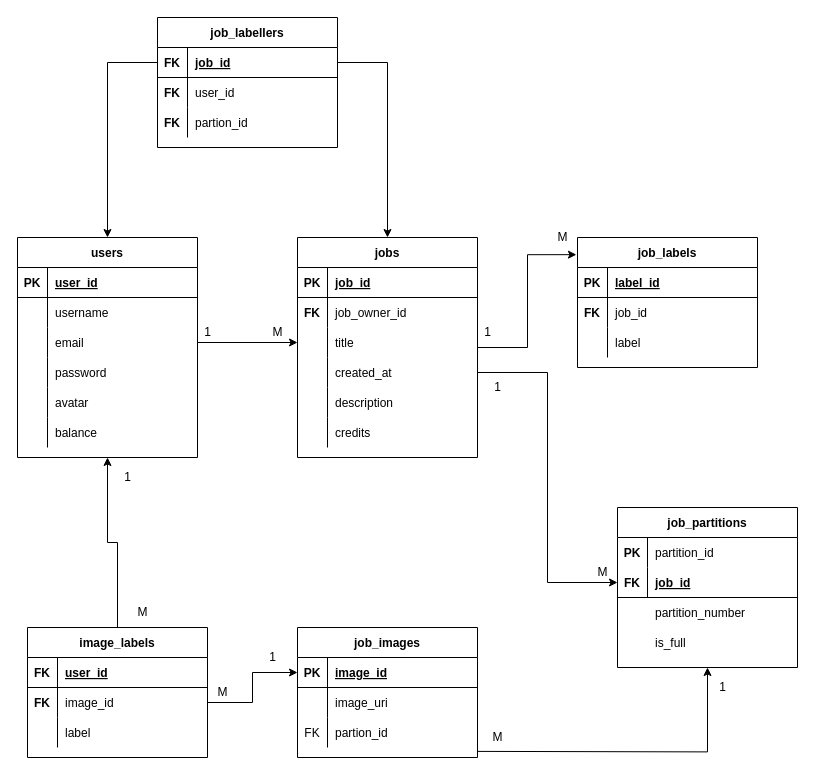
faisal2754/Data-Labelling-Server keeps this draw.io diagram as db_structure.drawio. Above is the earlier version. Source tidied: cells renumbered, new cells numbered last; positions are measured from the earlier drawing's top-left corner, leaving out a move shared by most shapes. Both pictures are drawn from the tidied source at 100%, with x=0, y=0 at pixel (17, 17).
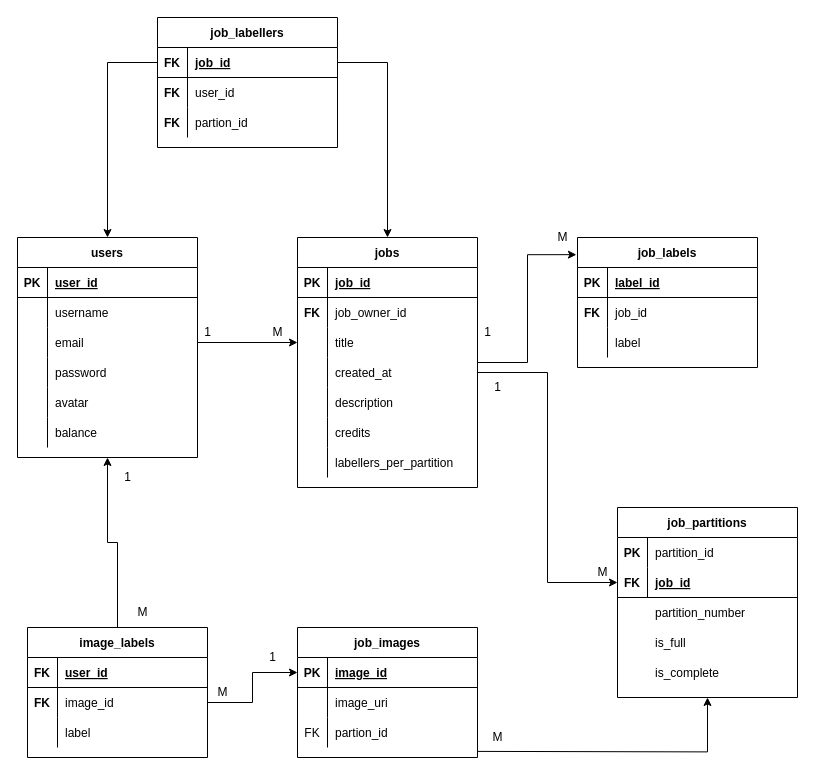
The same diagram, later.

Change to the diagram source:
```diff
@@
     <mxCell id="22" value="jobs" style="shape=table;startSize=30;childLayout=tableLayout;rowLines=0;fontStyle=1;align=center;" parent="1" vertex="1">
-      <mxGeometry x="280" y="220" width="180" height="220" as="geometry" />
+      <mxGeometry x="280" y="220" width="180" height="250" as="geometry" />
     </mxCell>
@@
+    <mxCell id="109" style="shape=partialRectangle;fillColor=none;top=0;left=0;bottom=0;right=0;" parent="22" vertex="1">
+      <mxGeometry y="210" width="180" height="30" as="geometry" />
+    </mxCell>
+    <mxCell id="110" style="shape=partialRectangle;fillColor=none;top=0;left=0;bottom=0;right=0;overflow=hidden;" parent="109" vertex="1">
+      <mxGeometry width="30" height="30" as="geometry" />
+    </mxCell>
+    <mxCell id="111" value="labellers_per_partition" style="shape=partialRectangle;fillColor=none;top=0;left=0;bottom=0;right=0;align=left;spacingLeft=6;overflow=hidden;" parent="109" vertex="1">
+      <mxGeometry x="30" width="150" height="30" as="geometry" />
+    </mxCell>
@@
     <mxCell id="90" value="job_partitions" style="shape=table;startSize=30;childLayout=tableLayout;rowLines=0;fontStyle=1;align=center;" parent="1" vertex="1">
-      <mxGeometry x="600" y="490" width="180" height="160" as="geometry" />
+      <mxGeometry x="600" y="490" width="180" height="190" as="geometry" />
     </mxCell>
@@
-    <mxCell id="101" value="1" style="text;html=1;align=center;verticalAlign=middle;strokeColor=none;" parent="1" vertex="1">
-      <mxGeometry x="695" y="660" width="20" height="20" as="geometry" />
-    </mxCell>
@@
+    <mxCell id="112" value="is_complete" style="shape=partialRectangle;fillColor=none;top=0;left=0;bottom=0;right=0;align=left;spacingLeft=6;overflow=hidden;" parent="1" vertex="1">
+      <mxGeometry x="630" y="640" width="150" height="30" as="geometry" />
+    </mxCell>
```
